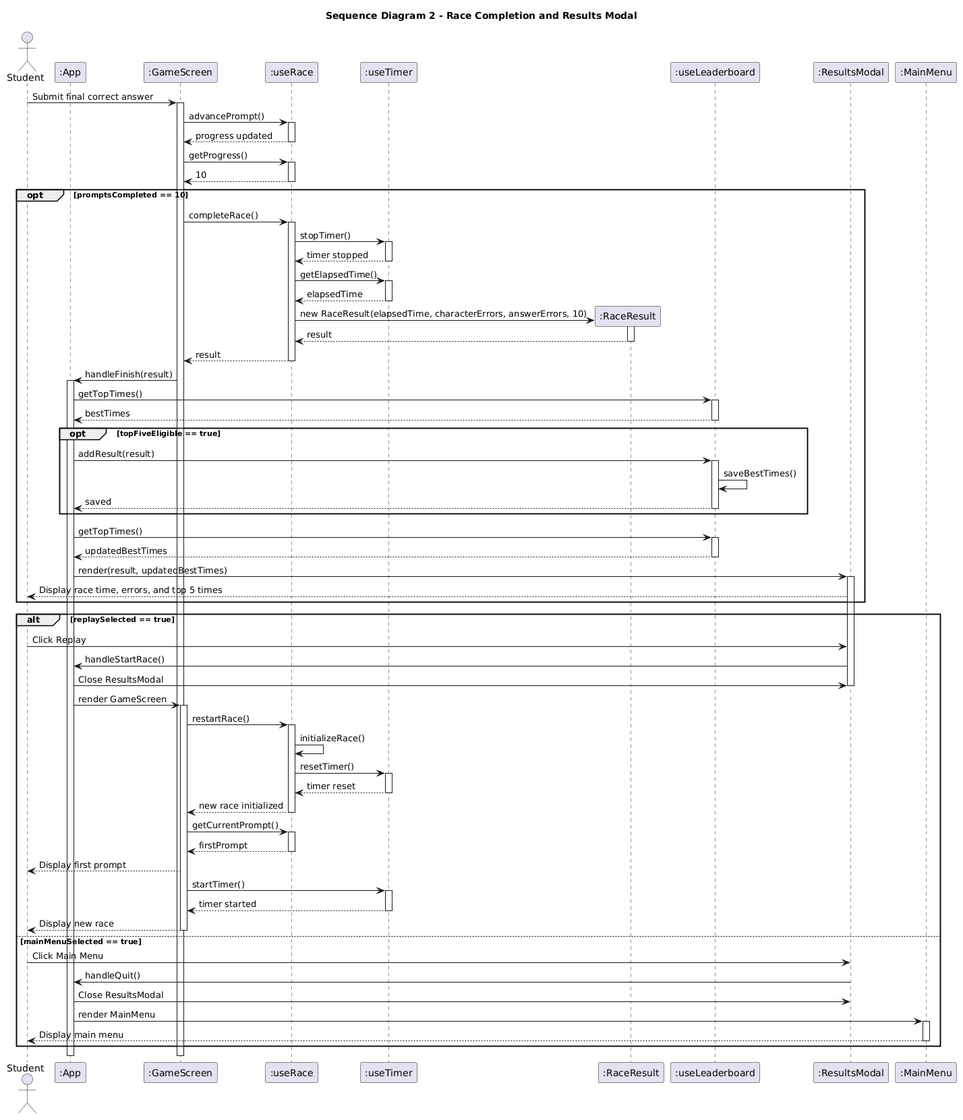
Above: docs/sequence-diagram-2.png in qw3rty-SWE1/qw3rty-swe1.github.io (PlantUML), before the change. Its diagram source:
```plantuml
@startuml
title Sequence Diagram 2 - Race Completion and Results Modal

actor Student
participant ":App" as App
participant ":GameScreen" as GameScreen
participant ":useRace" as Race
participant ":useTimer" as Timer
participant ":RaceResult" as Result
participant ":useLeaderboard" as Leaderboard
participant ":ResultsModal" as Results
participant ":MainMenu" as Menu

Student -> GameScreen : Submit final correct answer
activate GameScreen

GameScreen -> Race : advancePrompt()
activate Race
Race --> GameScreen : progress updated
deactivate Race

GameScreen -> Race : getProgress()
activate Race
Race --> GameScreen : 10
deactivate Race

opt promptsCompleted == 10
    GameScreen -> Race : completeRace()
    activate Race

    Race -> Timer : stopTimer()
    activate Timer
    Timer --> Race : timer stopped
    deactivate Timer

    Race -> Timer : getElapsedTime()
    activate Timer
    Timer --> Race : elapsedTime
    deactivate Timer

    create Result
    Race -> Result : new RaceResult(elapsedTime, characterErrors, answerErrors, 10)
    activate Result
    Result --> Race : result
    deactivate Result

    Race --> GameScreen : result
    deactivate Race

    GameScreen -> App : handleFinish(result)
    activate App

    App -> Leaderboard : getTopTimes()
    activate Leaderboard
    Leaderboard --> App : bestTimes
    deactivate Leaderboard

    opt topFiveEligible == true
        App -> Leaderboard : addResult(result)
        activate Leaderboard

        Leaderboard -> Leaderboard : saveBestTimes()

        Leaderboard --> App : saved
        deactivate Leaderboard
    end

    App -> Leaderboard : getTopTimes()
    activate Leaderboard
    Leaderboard --> App : updatedBestTimes
    deactivate Leaderboard

    App -> Results : render(result, updatedBestTimes)
    activate Results

    Results --> Student : Display race time, errors, and top 5 times
end

alt replaySelected == true
    Student -> Results : Click Replay
    Results -> App : handleStartRace()

    App -> Results : Close ResultsModal
    deactivate Results

    App -> GameScreen : render GameScreen
    activate GameScreen

    GameScreen -> Race : restartRace()
    activate Race

    Race -> Race : initializeRace()

    Race -> Timer : resetTimer()
    activate Timer
    Timer --> Race : timer reset
    deactivate Timer

    Race --> GameScreen : new race initialized
    deactivate Race

    GameScreen -> Race : getCurrentPrompt()
    activate Race
    Race --> GameScreen : firstPrompt
    deactivate Race

    GameScreen --> Student : Display first prompt

    GameScreen -> Timer : startTimer()
    activate Timer
    Timer --> GameScreen : timer started
    deactivate Timer

    GameScreen --> Student : Display new race
    deactivate GameScreen

else mainMenuSelected == true
    Student -> Results : Click Main Menu
    Results -> App : handleQuit()

    App -> Results : Close ResultsModal
    deactivate Results

    App -> Menu : render MainMenu
    activate Menu

    Menu --> Student : Display main menu
    deactivate Menu
end

deactivate App
deactivate GameScreen
@enduml
```
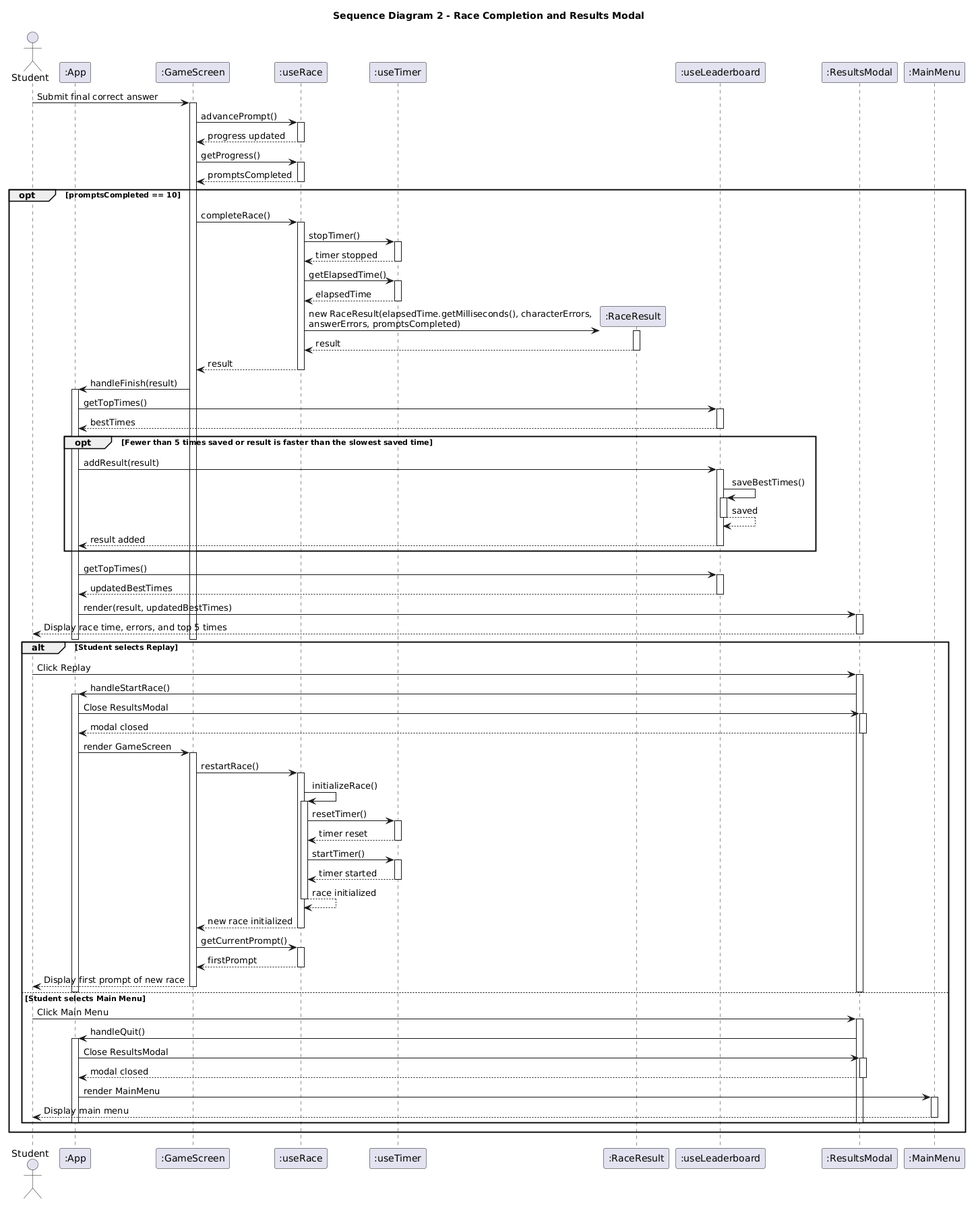
Later version of the same file.

What changed in the source:
```diff
@@ -21,7 +21,7 @@
 
 GameScreen -> Race : getProgress()
 activate Race
-Race --> GameScreen : 10
+Race --> GameScreen : promptsCompleted
 deactivate Race
 
 opt promptsCompleted == 10
@@ -39,7 +39,7 @@
     deactivate Timer
 
     create Result
-    Race -> Result : new RaceResult(elapsedTime, characterErrors, answerErrors, 10)
+    Race -> Result : new RaceResult(elapsedTime.getMilliseconds(), characterErrors,\nanswerErrors, promptsCompleted)
     activate Result
     Result --> Race : result
     deactivate Result
@@ -55,13 +55,16 @@
     Leaderboard --> App : bestTimes
     deactivate Leaderboard
 
-    opt topFiveEligible == true
+    opt Fewer than 5 times saved or result is faster than the slowest saved time
         App -> Leaderboard : addResult(result)
         activate Leaderboard
 
         Leaderboard -> Leaderboard : saveBestTimes()
+        activate Leaderboard
+        Leaderboard --> Leaderboard : saved
+        deactivate Leaderboard
 
-        Leaderboard --> App : saved
+        Leaderboard --> App : result added
         deactivate Leaderboard
     end
 
@@ -72,62 +75,77 @@
 
     App -> Results : render(result, updatedBestTimes)
     activate Results
-
     Results --> Student : Display race time, errors, and top 5 times
-end
-
-alt replaySelected == true
-    Student -> Results : Click Replay
-    Results -> App : handleStartRace()
-
-    App -> Results : Close ResultsModal
     deactivate Results
-
-    App -> GameScreen : render GameScreen
-    activate GameScreen
-
-    GameScreen -> Race : restartRace()
-    activate Race
-
-    Race -> Race : initializeRace()
-
-    Race -> Timer : resetTimer()
-    activate Timer
-    Timer --> Race : timer reset
-    deactivate Timer
-
-    Race --> GameScreen : new race initialized
-    deactivate Race
-
-    GameScreen -> Race : getCurrentPrompt()
-    activate Race
-    Race --> GameScreen : firstPrompt
-    deactivate Race
-
-    GameScreen --> Student : Display first prompt
-
-    GameScreen -> Timer : startTimer()
-    activate Timer
-    Timer --> GameScreen : timer started
-    deactivate Timer
-
-    GameScreen --> Student : Display new race
+    deactivate App
     deactivate GameScreen
 
-else mainMenuSelected == true
-    Student -> Results : Click Main Menu
-    Results -> App : handleQuit()
+    alt Student selects Replay
+        Student -> Results : Click Replay
+        activate Results
 
-    App -> Results : Close ResultsModal
-    deactivate Results
+        Results -> App : handleStartRace()
+        activate App
 
-    App -> Menu : render MainMenu
-    activate Menu
+        App -> Results : Close ResultsModal
+        activate Results
+        Results --> App : modal closed
+        deactivate Results
 
-    Menu --> Student : Display main menu
-    deactivate Menu
+        App -> GameScreen : render GameScreen
+        activate GameScreen
+
+        GameScreen -> Race : restartRace()
+        activate Race
+
+        Race -> Race : initializeRace()
+        activate Race
+
+        Race -> Timer : resetTimer()
+        activate Timer
+        Timer --> Race : timer reset
+        deactivate Timer
+
+        Race -> Timer : startTimer()
+        activate Timer
+        Timer --> Race : timer started
+        deactivate Timer
+
+        Race --> Race : race initialized
+        deactivate Race
+
+        Race --> GameScreen : new race initialized
+        deactivate Race
+
+        GameScreen -> Race : getCurrentPrompt()
+        activate Race
+        Race --> GameScreen : firstPrompt
+        deactivate Race
+
+        GameScreen --> Student : Display first prompt of new race
+        deactivate GameScreen
+        deactivate App
+        deactivate Results
+
+    else Student selects Main Menu
+        Student -> Results : Click Main Menu
+        activate Results
+
+        Results -> App : handleQuit()
+        activate App
+
+        App -> Results : Close ResultsModal
+        activate Results
+        Results --> App : modal closed
+        deactivate Results
+
+        App -> Menu : render MainMenu
+        activate Menu
+        Menu --> Student : Display main menu
+        deactivate Menu
+
+        deactivate App
+        deactivate Results
+    end
 end
-
-deactivate App
-deactivate GameScreen
 @enduml
```
